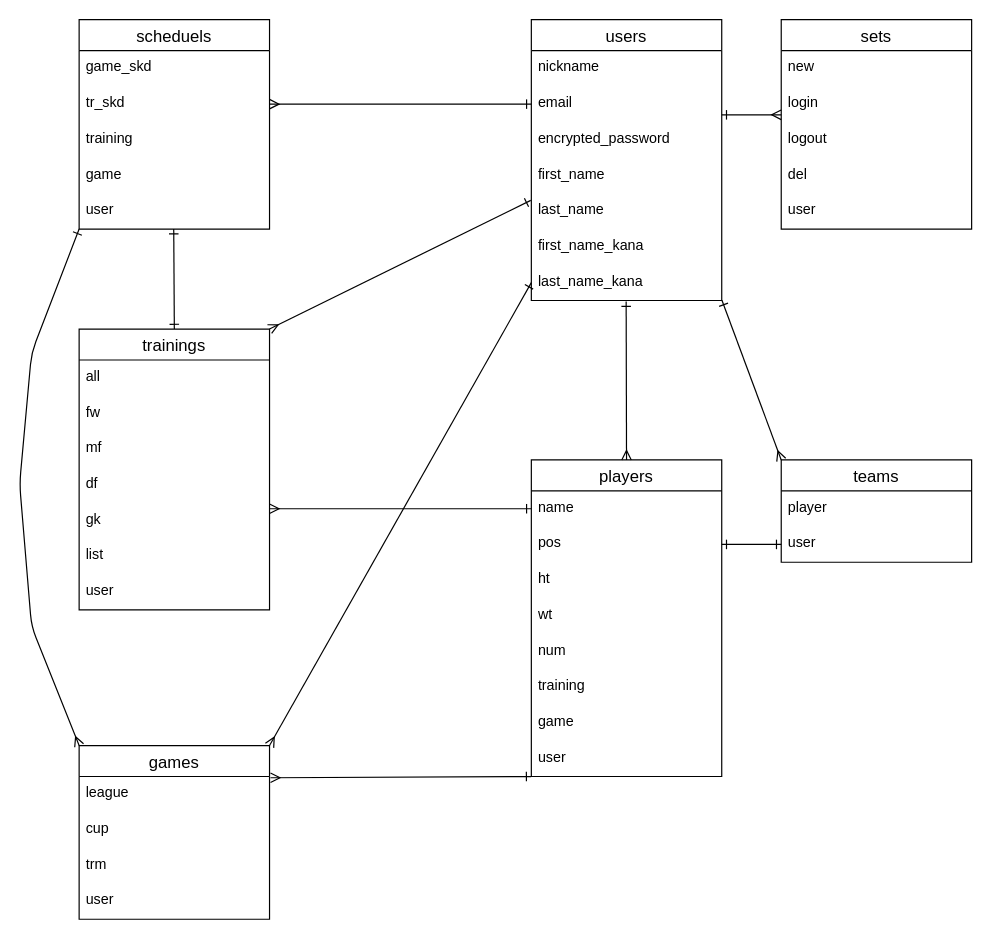
Above: test.dio in 120-seto/teammg (draw.io), before the change. Source tidied: cells renumbered, new cells numbered last; positions are measured from the earlier drawing's top-left corner, leaving out a move shared by most shapes. Both pictures are drawn from the tidied source at 119%, with x=0, y=0 at pixel (19, 19).
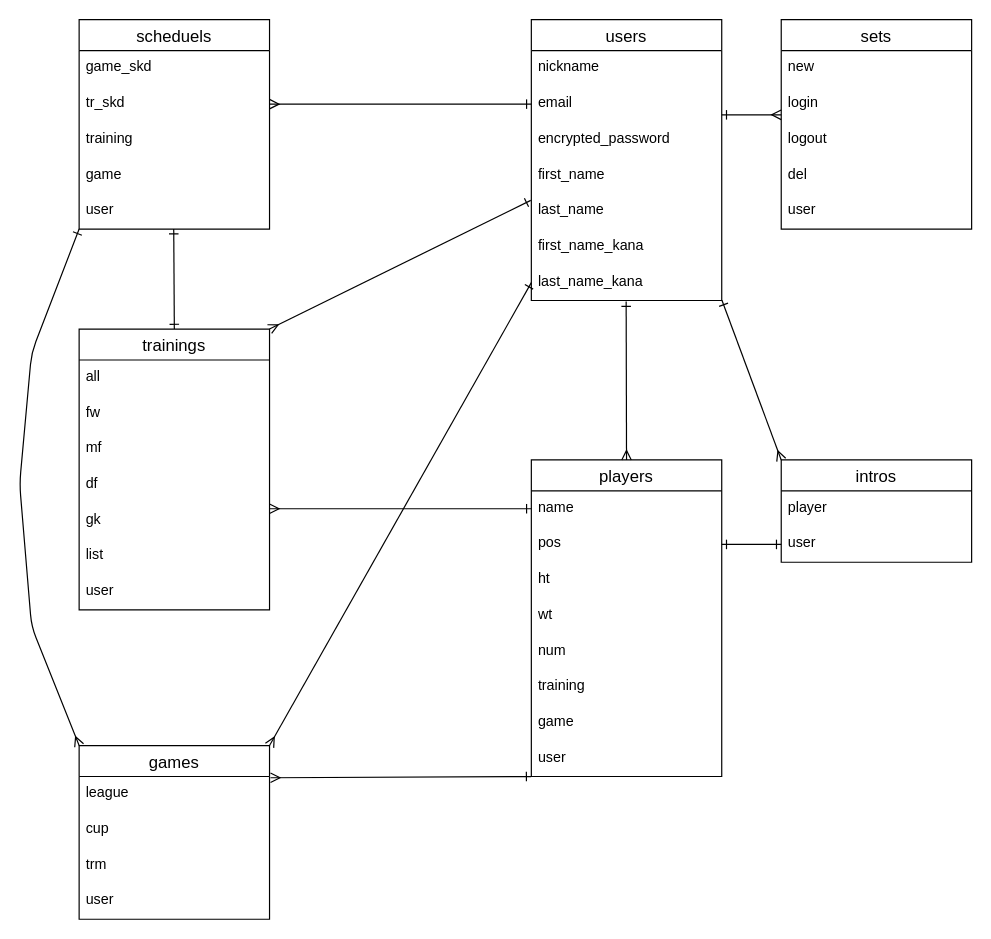
The same page after the edit.

Commit message:
テーブル名変更

Diff of the diagram source:
```diff
@@
-    <mxCell id="21" value="teams" style="swimlane;fontStyle=0;horizontal=1;startSize=26;align=center;fontSize=14;" parent="1" vertex="1">
+    <mxCell id="21" value="intros" style="swimlane;fontStyle=0;horizontal=1;startSize=26;align=center;fontSize=14;" parent="1" vertex="1">
       <mxGeometry x="640" y="370" width="160" height="86" as="geometry" />
     </mxCell>
```
